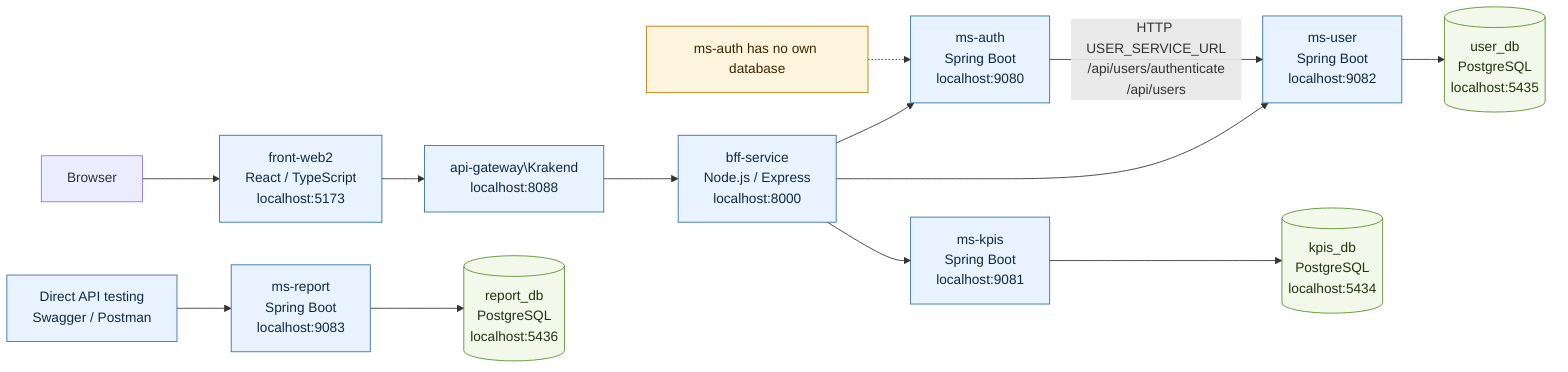
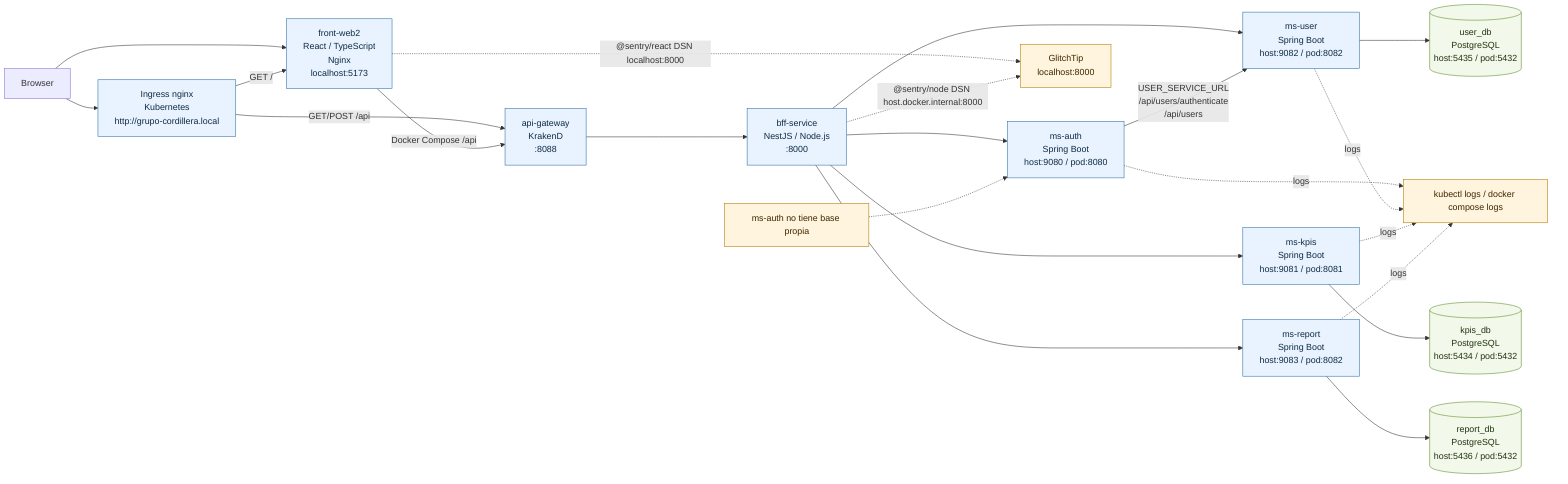
flowchart LR
-   Browser["Browser"] --> Frontend["front-web2\nReact / TypeScript\nlocalhost:5173"]
-   Frontend --> Gateway["api-gateway\Krakend\nlocalhost:8088"]
-   Gateway --> BFF["bff-service\nNode.js / Express\nlocalhost:8000"]
+   Browser["Browser"] --> Frontend["front-web2\nReact / TypeScript\nNginx\nlocalhost:5173"]
+   Browser --> Ingress["Ingress nginx\nKubernetes\nhttp://grupo-cordillera.local"]

-   BFF --> Auth["ms-auth\nSpring Boot\nlocalhost:9080"]
-   BFF --> User["ms-user\nSpring Boot\nlocalhost:9082"]
-   BFF --> Kpis["ms-kpis\nSpring Boot\nlocalhost:9081"]
-   DirectClient["Direct API testing\nSwagger / Postman"] --> Report["ms-report\nSpring Boot\nlocalhost:9083"]
+   Ingress -->|"GET /"| Frontend
+   Ingress -->|"GET/POST /api"| Gateway["api-gateway\nKrakenD\n:8088"]
+   Frontend -->|"Docker Compose /api"| Gateway
+   Gateway --> BFF["bff-service\nNestJS / Node.js\n:8000"]

-   Auth -->|"HTTP USER_SERVICE_URL\n/api/users/authenticate\n/api/users"| User
+   BFF --> Auth["ms-auth\nSpring Boot\nhost:9080 / pod:8080"]
+   BFF --> User["ms-user\nSpring Boot\nhost:9082 / pod:8082"]
+   BFF --> Kpis["ms-kpis\nSpring Boot\nhost:9081 / pod:8081"]
+   BFF --> Report["ms-report\nSpring Boot\nhost:9083 / pod:8082"]

-   User --> UserDb[("user_db\nPostgreSQL\nlocalhost:5435")]
-   Kpis --> KpisDb[("kpis_db\nPostgreSQL\nlocalhost:5434")]
-   Report --> ReportDb[("report_db\nPostgreSQL\nlocalhost:5436")]
+   Auth -->|"USER_SERVICE_URL\n/api/users/authenticate\n/api/users"| User

-   AuthNoDb["ms-auth has no own database"] -.-> Auth
+   User --> UserDb[("user_db\nPostgreSQL\nhost:5435 / pod:5432")]
+   Kpis --> KpisDb[("kpis_db\nPostgreSQL\nhost:5434 / pod:5432")]
+   Report --> ReportDb[("report_db\nPostgreSQL\nhost:5436 / pod:5432")]
+ 
+   Frontend -.->|"@sentry/react DSN localhost:8000"| GlitchTip["GlitchTip\nlocalhost:8000"]
+   BFF -.->|"@sentry/node DSN host.docker.internal:8000"| GlitchTip
+   Auth -.->|"logs"| KubeLogs["kubectl logs / docker compose logs"]
+   User -.->|"logs"| KubeLogs
+   Kpis -.->|"logs"| KubeLogs
+   Report -.->|"logs"| KubeLogs
+ 
+   AuthNoDb["ms-auth no tiene base propia"] -.-> Auth

  classDef service fill:#e8f3ff,stroke:#2f6ea5,color:#102a43
  classDef database fill:#f2f8ea,stroke:#5b8c2a,color:#22330f
-   classDef note fill:#fff4dd,stroke:#b37b00,color:#3b2600
+   classDef obs fill:#fff4dd,stroke:#b37b00,color:#3b2600

-   class Frontend,Gateway,BFF,Auth,User,Kpis,Report,DirectClient service
+   class Frontend,Ingress,Gateway,BFF,Auth,User,Kpis,Report service
  class UserDb,KpisDb,ReportDb database
-   class AuthNoDb note
+   class GlitchTip,KubeLogs,AuthNoDb obs
